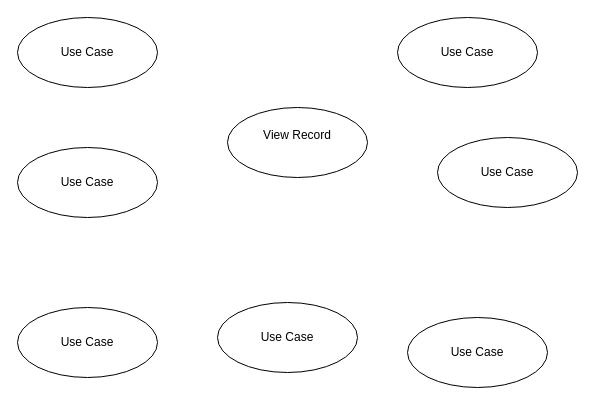
The draw.io diagram UseCase_Diagram.drawio in 40857078/Devops, before the edit. Source tidied: cells renumbered, new cells numbered last; positions are measured from the earlier drawing's top-left corner, leaving out a move shared by most shapes. Both pictures are drawn from the tidied source at 100%, with x=0, y=0 at pixel (17, 17).
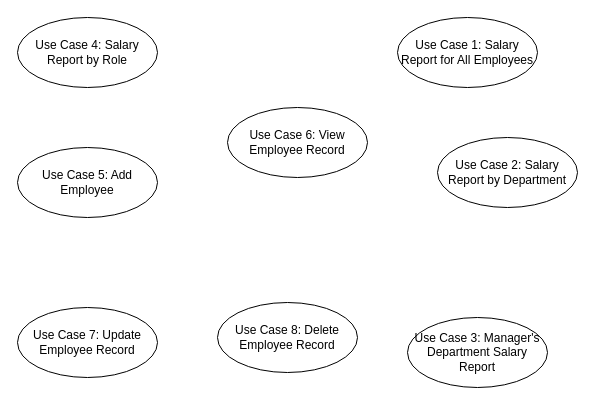
The same diagram, later.

Commit message (it also covers changes not shown here):
Align use cases with Lab 3b stories

Diff of the diagram source:
```diff
@@
 <mxGraphModel>
   <root>
     <mxCell id="0" />
     <mxCell id="1" parent="0" />
-    <mxCell id="2" value="View Record&lt;div&gt;&lt;br&gt;&lt;/div&gt;" style="ellipse;whiteSpace=wrap;html=1;" parent="1" vertex="1">
+    <mxCell id="2" value="Use Case 6: View Employee Record" style="ellipse;whiteSpace=wrap;html=1;" parent="1" vertex="1">
       <mxGeometry x="210" y="90" width="140" height="70" as="geometry" />
     </mxCell>
-    <mxCell id="3" value="Use Case" style="ellipse;whiteSpace=wrap;html=1;" parent="1" vertex="1">
+    <mxCell id="3" value="Use Case 1: Salary Report for All Employees" style="ellipse;whiteSpace=wrap;html=1;" parent="1" vertex="1">
       <mxGeometry x="380" width="140" height="70" as="geometry" />
     </mxCell>
-    <mxCell id="4" value="Use Case" style="ellipse;whiteSpace=wrap;html=1;" parent="1" vertex="1">
+    <mxCell id="4" value="Use Case 2: Salary Report by Department" style="ellipse;whiteSpace=wrap;html=1;" parent="1" vertex="1">
       <mxGeometry x="420" y="120" width="140" height="70" as="geometry" />
     </mxCell>
-    <mxCell id="5" value="Use Case" style="ellipse;whiteSpace=wrap;html=1;" parent="1" vertex="1">
+    <mxCell id="5" value="Use Case 3: Manager's Department Salary Report" style="ellipse;whiteSpace=wrap;html=1;" parent="1" vertex="1">
       <mxGeometry x="390" y="300" width="140" height="70" as="geometry" />
     </mxCell>
-    <mxCell id="6" value="Use Case" style="ellipse;whiteSpace=wrap;html=1;" parent="1" vertex="1">
+    <mxCell id="6" value="Use Case 4: Salary Report by Role" style="ellipse;whiteSpace=wrap;html=1;" parent="1" vertex="1">
       <mxGeometry width="140" height="70" as="geometry" />
     </mxCell>
-    <mxCell id="7" value="Use Case" style="ellipse;whiteSpace=wrap;html=1;" parent="1" vertex="1">
+    <mxCell id="7" value="Use Case 5: Add Employee" style="ellipse;whiteSpace=wrap;html=1;" parent="1" vertex="1">
       <mxGeometry y="130" width="140" height="70" as="geometry" />
     </mxCell>
-    <mxCell id="8" value="Use Case" style="ellipse;whiteSpace=wrap;html=1;" parent="1" vertex="1">
+    <mxCell id="8" value="Use Case 7: Update Employee Record" style="ellipse;whiteSpace=wrap;html=1;" parent="1" vertex="1">
       <mxGeometry y="290" width="140" height="70" as="geometry" />
     </mxCell>
-    <mxCell id="9" value="Use Case" style="ellipse;whiteSpace=wrap;html=1;" parent="1" vertex="1">
+    <mxCell id="9" value="Use Case 8: Delete Employee Record" style="ellipse;whiteSpace=wrap;html=1;" parent="1" vertex="1">
       <mxGeometry x="200" y="285" width="140" height="70" as="geometry" />
     </mxCell>
   </root>
 </mxGraphModel>
```
